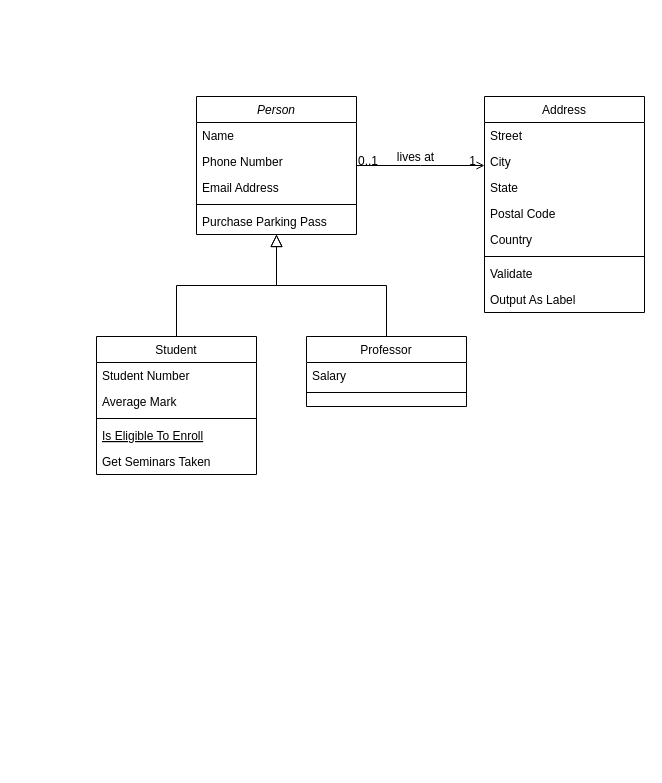
Above: class-diagram-perpus-digital.drawio in hairul03/class-diagram-perpus-digital (draw.io), before the change. Source tidied: cells renumbered, new cells numbered last; positions are measured from the earlier drawing's top-left corner, leaving out a move shared by most shapes. Both pictures are drawn from the tidied source at 100%, with x=0, y=0 at pixel (96, 96).
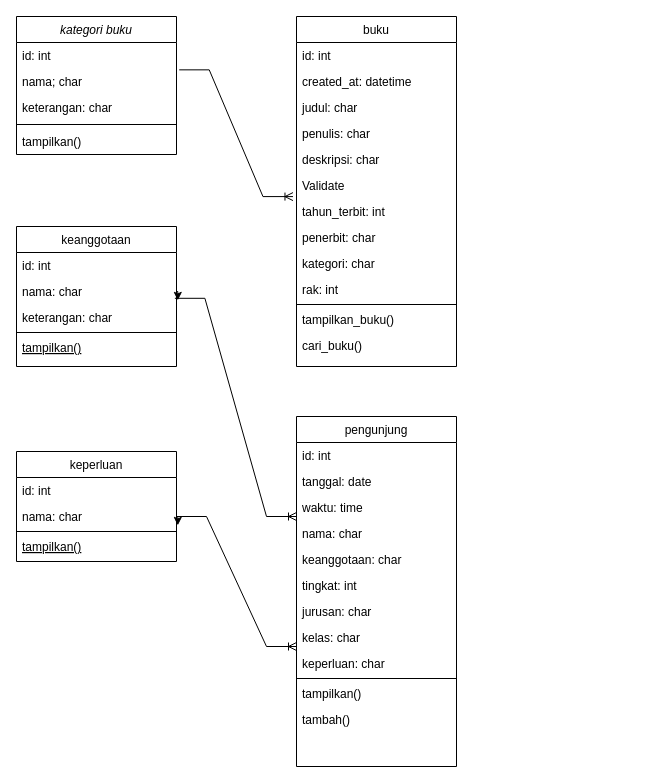
The same page after the edit.

Diff of the diagram source:
```diff
@@
-    <mxCell id="2" value="Person" style="swimlane;fontStyle=2;align=center;verticalAlign=top;horizontal=1;startSize=26;rounded=0;shadow=0;strokeWidth=1;" parent="1" vertex="1">
-      <mxGeometry x="100" width="160" height="138" as="geometry" />
+    <mxCell id="2" value="kategori buku" style="swimlane;fontStyle=2;align=center;verticalAlign=top;horizontal=1;startSize=26;rounded=0;shadow=0;strokeWidth=1;" parent="1" vertex="1">
+      <mxGeometry x="-80" y="-80" width="160" height="138" as="geometry" />
     </mxCell>
-    <mxCell id="3" value="Name" style="text;align=left;verticalAlign=top;spacingLeft=4;spacingRight=4;overflow=hidden;points=[[0,0.5],[1,0.5]];portConstraint=eastwest;" parent="2" vertex="1">
+    <mxCell id="3" value="id: int" style="text;align=left;verticalAlign=top;spacingLeft=4;spacingRight=4;overflow=hidden;points=[[0,0.5],[1,0.5]];portConstraint=eastwest;" parent="2" vertex="1">
       <mxGeometry y="26" width="160" height="26" as="geometry" />
     </mxCell>
-    <mxCell id="4" value="Phone Number" style="text;align=left;verticalAlign=top;spacingLeft=4;spacingRight=4;overflow=hidden;rounded=0;shadow=0;html=0;" parent="2" vertex="1">
+    <mxCell id="4" value="nama; char" style="text;align=left;verticalAlign=top;spacingLeft=4;spacingRight=4;overflow=hidden;rounded=0;shadow=0;html=0;" parent="2" vertex="1">
       <mxGeometry y="52" width="160" height="26" as="geometry" />
     </mxCell>
-    <mxCell id="5" value="Email Address" style="text;align=left;verticalAlign=top;spacingLeft=4;spacingRight=4;overflow=hidden;rounded=0;shadow=0;html=0;" parent="2" vertex="1">
+    <mxCell id="5" value="keterangan: char" style="text;align=left;verticalAlign=top;spacingLeft=4;spacingRight=4;overflow=hidden;rounded=0;shadow=0;html=0;" parent="2" vertex="1">
       <mxGeometry y="78" width="160" height="26" as="geometry" />
     </mxCell>
@@
-    <mxCell id="7" value="Purchase Parking Pass" style="text;align=left;verticalAlign=top;spacingLeft=4;spacingRight=4;overflow=hidden;" parent="2" vertex="1">
+    <mxCell id="7" value="tampilkan()" style="text;align=left;verticalAlign=top;spacingLeft=4;spacingRight=4;overflow=hidden;" parent="2" vertex="1">
       <mxGeometry y="112" width="160" height="26" as="geometry" />
     </mxCell>
-    <mxCell id="8" value="Student" style="swimlane;fontStyle=0;align=center;verticalAlign=top;horizontal=1;startSize=26;rounded=0;shadow=0;strokeWidth=1;" parent="1" vertex="1">
-      <mxGeometry y="240" width="160" height="138" as="geometry" />
+    <mxCell id="8" value="keanggotaan" style="swimlane;fontStyle=0;align=center;verticalAlign=top;horizontal=1;startSize=26;rounded=0;shadow=0;strokeWidth=1;" parent="1" vertex="1">
+      <mxGeometry x="-80" y="130" width="160" height="140" as="geometry" />
     </mxCell>
-    <mxCell id="9" value="Student Number" style="text;align=left;verticalAlign=top;spacingLeft=4;spacingRight=4;overflow=hidden;" parent="8" vertex="1">
+    <mxCell id="9" value="id: int" style="text;align=left;verticalAlign=top;spacingLeft=4;spacingRight=4;overflow=hidden;" parent="8" vertex="1">
       <mxGeometry y="26" width="160" height="26" as="geometry" />
     </mxCell>
-    <mxCell id="10" value="Average Mark" style="text;align=left;verticalAlign=top;spacingLeft=4;spacingRight=4;overflow=hidden;points=[[0,0.5],[1,0.5]];portConstraint=eastwest;rounded=0;shadow=0;html=0;" parent="8" vertex="1">
+    <mxCell id="10" value="nama: char" style="text;align=left;verticalAlign=top;spacingLeft=4;spacingRight=4;overflow=hidden;points=[[0,0.5],[1,0.5]];portConstraint=eastwest;rounded=0;shadow=0;html=0;" parent="8" vertex="1">
       <mxGeometry y="52" width="160" height="26" as="geometry" />
     </mxCell>
+    <mxCell id="32" value="keterangan: char" style="text;align=left;verticalAlign=top;spacingLeft=4;spacingRight=4;overflow=hidden;rounded=0;shadow=0;html=0;" parent="8" vertex="1">
+      <mxGeometry y="78" width="160" height="26" as="geometry" />
+    </mxCell>
     <mxCell id="11" style="line;html=1;strokeWidth=1;align=left;verticalAlign=middle;spacingTop=-1;spacingLeft=3;spacingRight=3;labelPosition=right;" parent="8" vertex="1">
-      <mxGeometry y="78" width="160" height="8" as="geometry" />
+      <mxGeometry y="104" width="160" height="4" as="geometry" />
     </mxCell>
-    <mxCell id="12" value="Is Eligible To Enroll" style="text;align=left;verticalAlign=top;spacingLeft=4;spacingRight=4;overflow=hidden;fontStyle=4;" parent="8" vertex="1">
-      <mxGeometry y="86" width="160" height="26" as="geometry" />
+    <mxCell id="12" value="tampilkan()" style="text;align=left;verticalAlign=top;spacingLeft=4;spacingRight=4;overflow=hidden;fontStyle=4;" parent="8" vertex="1">
+      <mxGeometry y="108" width="160" height="26" as="geometry" />
     </mxCell>
-    <mxCell id="13" value="Get Seminars Taken" style="text;align=left;verticalAlign=top;spacingLeft=4;spacingRight=4;overflow=hidden;" parent="8" vertex="1">
-      <mxGeometry y="112" width="160" height="26" as="geometry" />
-    </mxCell>
-    <mxCell id="14" style="endArrow=block;endSize=10;endFill=0;shadow=0;strokeWidth=1;rounded=0;edgeStyle=elbowEdgeStyle;elbow=vertical;" parent="1" edge="1" source="8" target="2">
-      <mxGeometry relative="1" as="geometry" />
-    </mxCell>
-    <mxCell id="15" value="Professor" style="swimlane;fontStyle=0;align=center;verticalAlign=top;horizontal=1;startSize=26;rounded=0;shadow=0;strokeWidth=1;" parent="1" vertex="1">
-      <mxGeometry x="210" y="240" width="160" height="70" as="geometry" />
-    </mxCell>
-    <mxCell id="16" value="Salary" style="text;align=left;verticalAlign=top;spacingLeft=4;spacingRight=4;overflow=hidden;" parent="15" vertex="1">
-      <mxGeometry y="26" width="160" height="26" as="geometry" />
-    </mxCell>
-    <mxCell id="17" style="line;html=1;strokeWidth=1;align=left;verticalAlign=middle;spacingTop=-1;spacingLeft=3;spacingRight=3;labelPosition=right;" parent="15" vertex="1">
-      <mxGeometry y="52" width="160" height="8" as="geometry" />
-    </mxCell>
-    <mxCell id="18" style="endArrow=block;endSize=10;endFill=0;shadow=0;strokeWidth=1;rounded=0;edgeStyle=elbowEdgeStyle;elbow=vertical;" parent="1" edge="1" source="15" target="2">
-      <mxGeometry relative="1" as="geometry" />
-    </mxCell>
+    <mxCell id="33" style="edgeStyle=orthogonalEdgeStyle;rounded=0;orthogonalLoop=1;jettySize=auto;html=1;exitX=1;exitY=0.5;exitDx=0;exitDy=0;entryX=1.008;entryY=0.841;entryDx=0;entryDy=0;entryPerimeter=0;" parent="8" edge="1" source="10" target="10">
+      <mxGeometry relative="1" as="geometry" />
+    </mxCell>
-    <mxCell id="19" value="Address" style="swimlane;fontStyle=0;align=center;verticalAlign=top;horizontal=1;startSize=26;rounded=0;shadow=0;strokeWidth=1;" parent="1" vertex="1">
-      <mxGeometry x="388" width="160" height="216" as="geometry" />
+    <mxCell id="19" value="buku" style="swimlane;fontStyle=0;align=center;verticalAlign=top;horizontal=1;startSize=26;rounded=0;shadow=0;strokeWidth=1;" parent="1" vertex="1">
+      <mxGeometry x="200" y="-80" width="160" height="350" as="geometry" />
     </mxCell>
-    <mxCell id="20" value="Street" style="text;align=left;verticalAlign=top;spacingLeft=4;spacingRight=4;overflow=hidden;" parent="19" vertex="1">
+    <mxCell id="20" value="id: int" style="text;align=left;verticalAlign=top;spacingLeft=4;spacingRight=4;overflow=hidden;" parent="19" vertex="1">
       <mxGeometry y="26" width="160" height="26" as="geometry" />
     </mxCell>
-    <mxCell id="21" value="City" style="text;align=left;verticalAlign=top;spacingLeft=4;spacingRight=4;overflow=hidden;rounded=0;shadow=0;html=0;" parent="19" vertex="1">
+    <mxCell id="21" value="created_at: datetime" style="text;align=left;verticalAlign=top;spacingLeft=4;spacingRight=4;overflow=hidden;rounded=0;shadow=0;html=0;" parent="19" vertex="1">
       <mxGeometry y="52" width="160" height="26" as="geometry" />
     </mxCell>
-    <mxCell id="22" value="State" style="text;align=left;verticalAlign=top;spacingLeft=4;spacingRight=4;overflow=hidden;rounded=0;shadow=0;html=0;" parent="19" vertex="1">
+    <mxCell id="22" value="judul: char" style="text;align=left;verticalAlign=top;spacingLeft=4;spacingRight=4;overflow=hidden;rounded=0;shadow=0;html=0;" parent="19" vertex="1">
       <mxGeometry y="78" width="160" height="26" as="geometry" />
     </mxCell>
-    <mxCell id="23" value="Postal Code" style="text;align=left;verticalAlign=top;spacingLeft=4;spacingRight=4;overflow=hidden;rounded=0;shadow=0;html=0;" parent="19" vertex="1">
+    <mxCell id="23" value="penulis: char" style="text;align=left;verticalAlign=top;spacingLeft=4;spacingRight=4;overflow=hidden;rounded=0;shadow=0;html=0;" parent="19" vertex="1">
       <mxGeometry y="104" width="160" height="26" as="geometry" />
     </mxCell>
-    <mxCell id="24" value="Country" style="text;align=left;verticalAlign=top;spacingLeft=4;spacingRight=4;overflow=hidden;rounded=0;shadow=0;html=0;" parent="19" vertex="1">
+    <mxCell id="24" value="deskripsi: char&#10;" style="text;align=left;verticalAlign=top;spacingLeft=4;spacingRight=4;overflow=hidden;rounded=0;shadow=0;html=0;" parent="19" vertex="1">
       <mxGeometry y="130" width="160" height="26" as="geometry" />
     </mxCell>
-    <mxCell id="25" style="line;html=1;strokeWidth=1;align=left;verticalAlign=middle;spacingTop=-1;spacingLeft=3;spacingRight=3;labelPosition=right;" parent="19" vertex="1">
-      <mxGeometry y="156" width="160" height="8" as="geometry" />
-    </mxCell>
     <mxCell id="26" value="Validate" style="text;align=left;verticalAlign=top;spacingLeft=4;spacingRight=4;overflow=hidden;" parent="19" vertex="1">
-      <mxGeometry y="164" width="160" height="26" as="geometry" />
+      <mxGeometry y="156" width="160" height="26" as="geometry" />
     </mxCell>
-    <mxCell id="27" value="Output As Label" style="text;align=left;verticalAlign=top;spacingLeft=4;spacingRight=4;overflow=hidden;points=[[0,0.5],[1,0.5]];portConstraint=eastwest;" parent="19" vertex="1">
-      <mxGeometry y="190" width="160" height="26" as="geometry" />
+    <mxCell id="27" value="tahun_terbit: int" style="text;align=left;verticalAlign=top;spacingLeft=4;spacingRight=4;overflow=hidden;points=[[0,0.5],[1,0.5]];portConstraint=eastwest;" parent="19" vertex="1">
+      <mxGeometry y="182" width="160" height="26" as="geometry" />
     </mxCell>
-    <mxCell id="28" style="endArrow=open;shadow=0;strokeWidth=1;rounded=0;endFill=1;edgeStyle=elbowEdgeStyle;elbow=vertical;" parent="1" edge="1" source="2" target="19">
-      <mxGeometry x="0.5" y="41" relative="1" as="geometry">
-        <mxPoint x="-40" y="32" as="offset" />
-      </mxGeometry>
-    </mxCell>
-    <mxCell id="29" value="0..1" style="align=left;verticalAlign=bottom;labelBackgroundColor=none;fontSize=12;" parent="28" vertex="1">
-      <mxGeometry x="-1" relative="1" as="geometry">
-        <mxPoint y="4" as="offset" />
-      </mxGeometry>
-    </mxCell>
-    <mxCell id="30" value="1" style="align=right;verticalAlign=bottom;labelBackgroundColor=none;fontSize=12;" parent="28" vertex="1">
-      <mxGeometry x="1" relative="1" as="geometry">
-        <mxPoint x="-7" y="4" as="offset" />
-      </mxGeometry>
-    </mxCell>
-    <mxCell id="31" value="lives at" style="text;html=1;align=center;verticalAlign=middle;labelBackgroundColor=none;rounded=0;shadow=0;strokeWidth=1;fontSize=12;" parent="28" vertex="1">
-      <mxGeometry x="0.5" y="49" relative="1" as="geometry">
-        <mxPoint x="-38" y="40" as="offset" />
-      </mxGeometry>
-    </mxCell>
+    <mxCell id="34" value="penerbit: char" style="text;align=left;verticalAlign=top;spacingLeft=4;spacingRight=4;overflow=hidden;" parent="19" vertex="1">
+      <mxGeometry y="208" width="160" height="26" as="geometry" />
+    </mxCell>
+    <mxCell id="35" value="kategori: char" style="text;align=left;verticalAlign=top;spacingLeft=4;spacingRight=4;overflow=hidden;" parent="19" vertex="1">
+      <mxGeometry y="234" width="160" height="26" as="geometry" />
+    </mxCell>
+    <mxCell id="36" value="rak: int" style="text;align=left;verticalAlign=top;spacingLeft=4;spacingRight=4;overflow=hidden;" parent="19" vertex="1">
+      <mxGeometry y="260" width="160" height="26" as="geometry" />
+    </mxCell>
+    <mxCell id="25" style="line;html=1;strokeWidth=1;align=left;verticalAlign=middle;spacingTop=-1;spacingLeft=3;spacingRight=3;labelPosition=right;" parent="19" vertex="1">
+      <mxGeometry y="286" width="160" height="4" as="geometry" />
+    </mxCell>
+    <mxCell id="37" value="tampilkan_buku()" style="text;align=left;verticalAlign=top;spacingLeft=4;spacingRight=4;overflow=hidden;" parent="19" vertex="1">
+      <mxGeometry y="290" width="160" height="26" as="geometry" />
+    </mxCell>
+    <mxCell id="38" value="cari_buku()" style="text;align=left;verticalAlign=top;spacingLeft=4;spacingRight=4;overflow=hidden;" parent="19" vertex="1">
+      <mxGeometry y="316" width="160" height="26" as="geometry" />
+    </mxCell>
+    <mxCell id="39" value="keperluan" style="swimlane;fontStyle=0;align=center;verticalAlign=top;horizontal=1;startSize=26;rounded=0;shadow=0;strokeWidth=1;" parent="1" vertex="1">
+      <mxGeometry x="-80" y="355" width="160" height="110" as="geometry" />
+    </mxCell>
+    <mxCell id="40" value="id: int" style="text;align=left;verticalAlign=top;spacingLeft=4;spacingRight=4;overflow=hidden;" parent="39" vertex="1">
+      <mxGeometry y="26" width="160" height="26" as="geometry" />
+    </mxCell>
+    <mxCell id="41" value="nama: char" style="text;align=left;verticalAlign=top;spacingLeft=4;spacingRight=4;overflow=hidden;points=[[0,0.5],[1,0.5]];portConstraint=eastwest;rounded=0;shadow=0;html=0;" parent="39" vertex="1">
+      <mxGeometry y="52" width="160" height="26" as="geometry" />
+    </mxCell>
+    <mxCell id="42" style="line;html=1;strokeWidth=1;align=left;verticalAlign=middle;spacingTop=-1;spacingLeft=3;spacingRight=3;labelPosition=right;" parent="39" vertex="1">
+      <mxGeometry y="78" width="160" height="4" as="geometry" />
+    </mxCell>
+    <mxCell id="43" value="tampilkan()" style="text;align=left;verticalAlign=top;spacingLeft=4;spacingRight=4;overflow=hidden;fontStyle=4;" parent="39" vertex="1">
+      <mxGeometry y="82" width="160" height="2" as="geometry" />
+    </mxCell>
+    <mxCell id="44" style="edgeStyle=orthogonalEdgeStyle;rounded=0;orthogonalLoop=1;jettySize=auto;html=1;exitX=1;exitY=0.5;exitDx=0;exitDy=0;entryX=1.008;entryY=0.841;entryDx=0;entryDy=0;entryPerimeter=0;" parent="39" edge="1" source="41" target="41">
+      <mxGeometry relative="1" as="geometry" />
+    </mxCell>
+    <mxCell id="45" value="pengunjung" style="swimlane;fontStyle=0;align=center;verticalAlign=top;horizontal=1;startSize=26;rounded=0;shadow=0;strokeWidth=1;" parent="1" vertex="1">
+      <mxGeometry x="200" y="320" width="160" height="350" as="geometry" />
+    </mxCell>
+    <mxCell id="46" value="id: int" style="text;align=left;verticalAlign=top;spacingLeft=4;spacingRight=4;overflow=hidden;" parent="45" vertex="1">
+      <mxGeometry y="26" width="160" height="26" as="geometry" />
+    </mxCell>
+    <mxCell id="47" value="tanggal: date" style="text;align=left;verticalAlign=top;spacingLeft=4;spacingRight=4;overflow=hidden;rounded=0;shadow=0;html=0;" parent="45" vertex="1">
+      <mxGeometry y="52" width="160" height="26" as="geometry" />
+    </mxCell>
+    <mxCell id="48" value="waktu: time" style="text;align=left;verticalAlign=top;spacingLeft=4;spacingRight=4;overflow=hidden;rounded=0;shadow=0;html=0;" parent="45" vertex="1">
+      <mxGeometry y="78" width="160" height="26" as="geometry" />
+    </mxCell>
+    <mxCell id="49" value="nama: char" style="text;align=left;verticalAlign=top;spacingLeft=4;spacingRight=4;overflow=hidden;rounded=0;shadow=0;html=0;" parent="45" vertex="1">
+      <mxGeometry y="104" width="160" height="26" as="geometry" />
+    </mxCell>
+    <mxCell id="50" value="keanggotaan: char" style="text;align=left;verticalAlign=top;spacingLeft=4;spacingRight=4;overflow=hidden;rounded=0;shadow=0;html=0;" parent="45" vertex="1">
+      <mxGeometry y="130" width="160" height="26" as="geometry" />
+    </mxCell>
+    <mxCell id="51" value="tingkat: int" style="text;align=left;verticalAlign=top;spacingLeft=4;spacingRight=4;overflow=hidden;" parent="45" vertex="1">
+      <mxGeometry y="156" width="160" height="26" as="geometry" />
+    </mxCell>
+    <mxCell id="52" value="jurusan: char" style="text;align=left;verticalAlign=top;spacingLeft=4;spacingRight=4;overflow=hidden;" parent="45" vertex="1">
+      <mxGeometry y="182" width="160" height="26" as="geometry" />
+    </mxCell>
+    <mxCell id="53" value="kelas: char" style="text;align=left;verticalAlign=top;spacingLeft=4;spacingRight=4;overflow=hidden;" parent="45" vertex="1">
+      <mxGeometry y="208" width="160" height="26" as="geometry" />
+    </mxCell>
+    <mxCell id="54" value="keperluan: char" style="text;align=left;verticalAlign=top;spacingLeft=4;spacingRight=4;overflow=hidden;" parent="45" vertex="1">
+      <mxGeometry y="234" width="160" height="26" as="geometry" />
+    </mxCell>
+    <mxCell id="55" style="line;html=1;strokeWidth=1;align=left;verticalAlign=middle;spacingTop=-1;spacingLeft=3;spacingRight=3;labelPosition=right;" parent="45" vertex="1">
+      <mxGeometry y="260" width="160" height="4" as="geometry" />
+    </mxCell>
+    <mxCell id="56" value="tampilkan()" style="text;align=left;verticalAlign=top;spacingLeft=4;spacingRight=4;overflow=hidden;" parent="45" vertex="1">
+      <mxGeometry y="264" width="160" height="26" as="geometry" />
+    </mxCell>
+    <mxCell id="57" value="tambah()" style="text;align=left;verticalAlign=top;spacingLeft=4;spacingRight=4;overflow=hidden;" parent="45" vertex="1">
+      <mxGeometry y="290" width="160" height="26" as="geometry" />
+    </mxCell>
+    <mxCell id="58" style="edgeStyle=entityRelationEdgeStyle;fontSize=12;html=1;endArrow=ERoneToMany;rounded=0;exitX=1.017;exitY=1.052;exitDx=0;exitDy=0;exitPerimeter=0;entryX=-0.022;entryY=-0.074;entryDx=0;entryDy=0;entryPerimeter=0;" parent="1" edge="1" source="3" target="27">
+      <mxGeometry relative="1" as="geometry" />
+    </mxCell>
+    <mxCell id="59" style="edgeStyle=entityRelationEdgeStyle;fontSize=12;html=1;endArrow=ERoneToMany;rounded=0;exitX=0.99;exitY=0.762;exitDx=0;exitDy=0;exitPerimeter=0;" parent="1" edge="1" source="10">
+      <mxGeometry relative="1" as="geometry">
+        <mxPoint x="200" y="420" as="targetPoint" />
+      </mxGeometry>
+    </mxCell>
+    <mxCell id="60" style="edgeStyle=entityRelationEdgeStyle;fontSize=12;html=1;endArrow=ERoneToMany;rounded=0;exitX=1;exitY=0.5;exitDx=0;exitDy=0;" parent="1" edge="1" source="41">
+      <mxGeometry relative="1" as="geometry">
+        <mxPoint x="200" y="550" as="targetPoint" />
+      </mxGeometry>
+    </mxCell>
```
